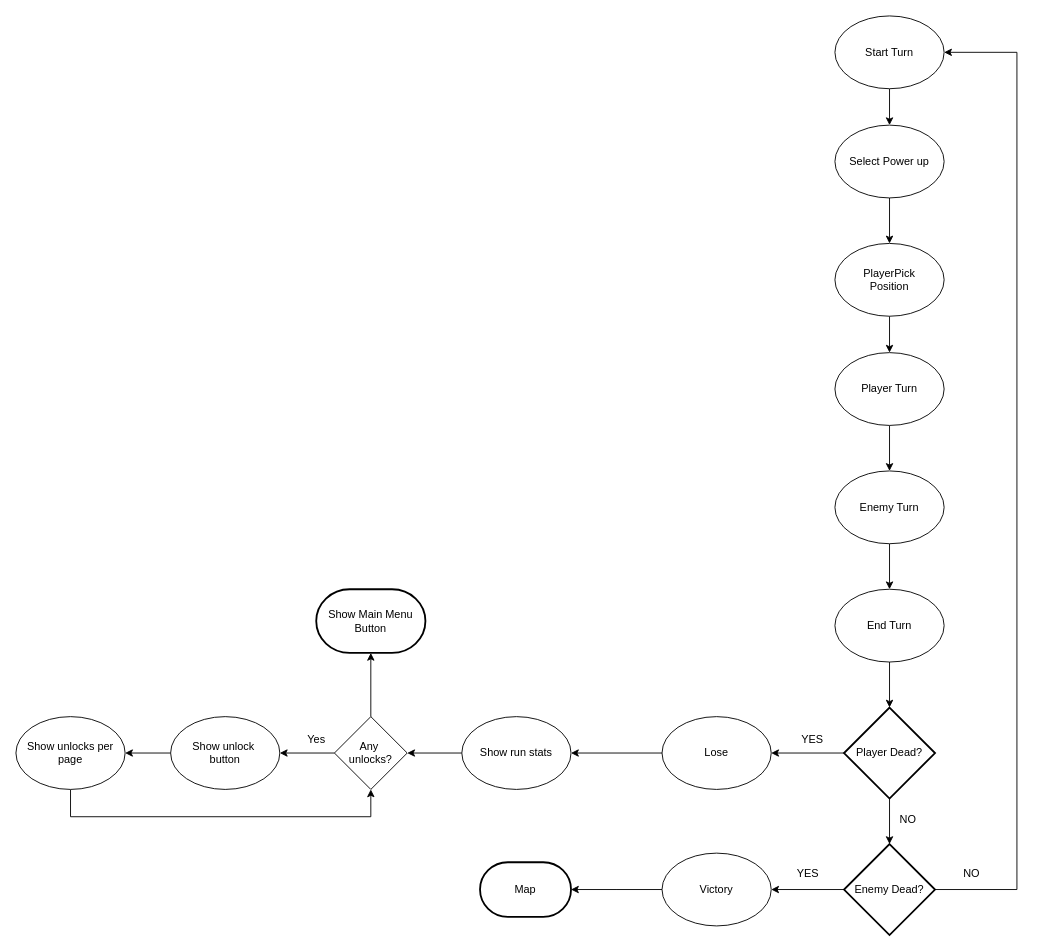
This is P03272025.drawio from kielsan/Drawio, a draw.io file, before an edit. Source tidied: cells renumbered, new cells numbered last; positions are measured from the earlier drawing's top-left corner, leaving out a move shared by most shapes. Both pictures are drawn from the tidied source at 91%, with x=0, y=0 at pixel (15, 15).
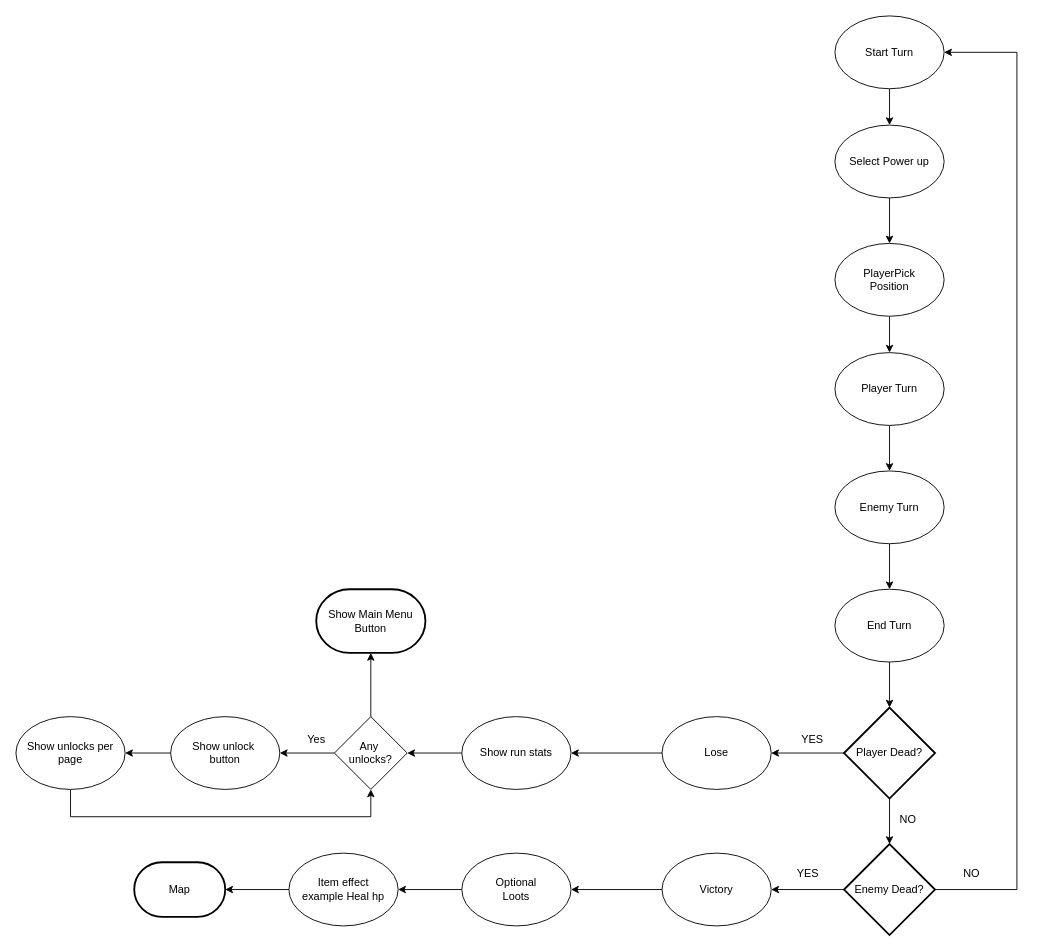
The same diagram, later.

The change refers to these unchanged cells:
```xml
<mxCell id="23" value="Victory" style="ellipse;whiteSpace=wrap;html=1;" parent="1" vertex="1">
  <mxGeometry x="710" y="920" width="120" height="80" as="geometry" />
</mxCell>
```

What changed in the source:
```diff
@@
-    <mxCell id="22" style="edgeStyle=orthogonalEdgeStyle;rounded=0;jettySize=auto;html=1;entryX=1;entryY=0.5;entryDx=0;entryDy=0;" parent="1" edge="1" source="23">
-      <mxGeometry relative="1" as="geometry">
-        <mxPoint x="610" y="960" as="targetPoint" />
-      </mxGeometry>
-    </mxCell>
+    <mxCell id="40" style="edgeStyle=orthogonalEdgeStyle;rounded=0;jettySize=auto;html=1;entryX=1;entryY=0.5;entryDx=0;entryDy=0;" parent="1" edge="1" source="23" target="42">
+      <mxGeometry relative="1" as="geometry" />
+    </mxCell>
@@
     <mxCell id="37" value="Map" style="strokeWidth=2;html=1;shape=mxgraph.flowchart.terminator;whiteSpace=wrap;" parent="1" vertex="1">
-      <mxGeometry x="510" y="930" width="100" height="60" as="geometry" />
+      <mxGeometry x="130" y="930" width="100" height="60" as="geometry" />
     </mxCell>
@@
+    <mxCell id="41" style="edgeStyle=orthogonalEdgeStyle;rounded=0;jettySize=auto;html=1;entryX=1;entryY=0.5;entryDx=0;entryDy=0;" parent="1" edge="1" source="42" target="43">
+      <mxGeometry relative="1" as="geometry" />
+    </mxCell>
+    <mxCell id="42" value="Optional&lt;div&gt;Loots&lt;/div&gt;" style="ellipse;whiteSpace=wrap;html=1;" parent="1" vertex="1">
+      <mxGeometry x="490" y="920" width="120" height="80" as="geometry" />
+    </mxCell>
+    <mxCell id="43" value="Item effect&lt;div&gt;example Heal hp&lt;/div&gt;" style="ellipse;whiteSpace=wrap;html=1;" parent="1" vertex="1">
+      <mxGeometry x="300" y="920" width="120" height="80" as="geometry" />
+    </mxCell>
+    <mxCell id="44" style="edgeStyle=orthogonalEdgeStyle;rounded=0;jettySize=auto;html=1;entryX=1;entryY=0.5;entryDx=0;entryDy=0;entryPerimeter=0;" parent="1" edge="1" source="43" target="37">
+      <mxGeometry relative="1" as="geometry" />
+    </mxCell>
```
